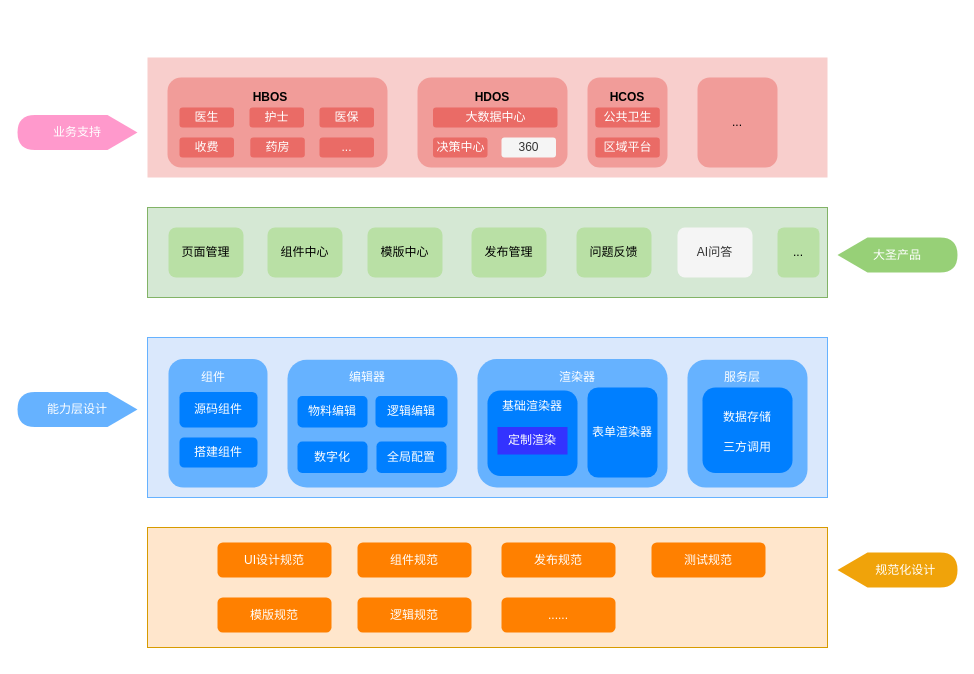
The draw.io diagram page "第 1 页" (1 of 2) of 未命名绘图.drawio in DavidsLiu/base_js_note, before the edit. Source tidied: cells renumbered, new cells numbered last; positions are measured from the earlier drawing's top-left corner, leaving out a move shared by most shapes. Both pictures are drawn from the tidied source at 100%, with x=0, y=0 at pixel (17, 57).
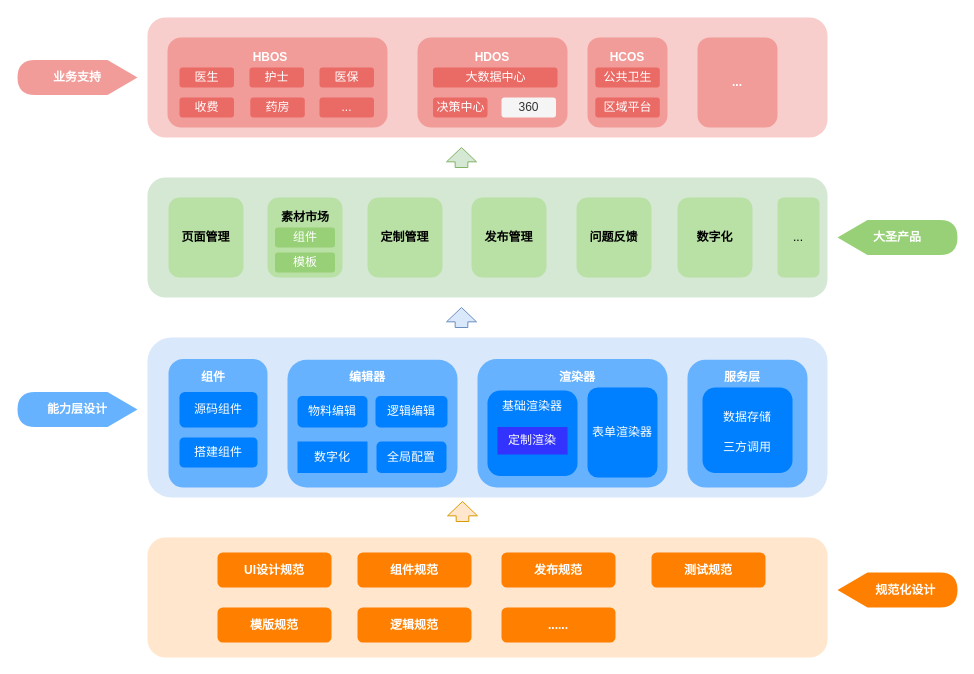
The same page after the edit.

Commit message (it also covers changes not shown here):
更新未命名绘图.drawio

Change to the diagram source:
```diff
@@
-    <mxCell id="2" value="&lt;h3&gt;&lt;br&gt;&lt;/h3&gt;" style="rounded=0;whiteSpace=wrap;html=1;fillColor=#FFE6CC;strokeColor=#d79b00;glass=0;" parent="1" vertex="1">
-      <mxGeometry x="130" y="470" width="680" height="120" as="geometry" />
+    <mxCell id="2" value="&lt;h3&gt;&lt;br&gt;&lt;/h3&gt;" style="rounded=1;whiteSpace=wrap;html=1;fillColor=#FFE6CC;strokeColor=none;glass=0;" parent="1" vertex="1">
+      <mxGeometry x="130" y="480" width="680" height="120" as="geometry" />
     </mxCell>
-    <mxCell id="3" value="&lt;font color=&quot;#ffffff&quot;&gt;&amp;nbsp; &amp;nbsp; &amp;nbsp;规范化设计&lt;/font&gt;" style="shape=display;whiteSpace=wrap;html=1;fillColor=#f0a30a;strokeColor=none;fontColor=#000000;" parent="1" vertex="1">
-      <mxGeometry x="820" y="495" width="120" height="35" as="geometry" />
+    <mxCell id="3" value="&lt;font color=&quot;#ffffff&quot;&gt;&lt;b&gt;&amp;nbsp; &amp;nbsp; &amp;nbsp;规范化设计&lt;/b&gt;&lt;/font&gt;" style="shape=display;whiteSpace=wrap;html=1;fillColor=#FF8000;strokeColor=none;fontColor=#000000;" parent="1" vertex="1">
+      <mxGeometry x="820" y="515" width="120" height="35" as="geometry" />
     </mxCell>
-    <mxCell id="4" style="rounded=0;whiteSpace=wrap;html=1;shadow=0;rotation=0;glass=0;fillColor=#dae8fc;strokeColor=#66B2FF;" parent="1" vertex="1">
+    <mxCell id="4" style="rounded=1;whiteSpace=wrap;html=1;shadow=0;rotation=0;glass=0;fillColor=#dae8fc;strokeColor=none;" parent="1" vertex="1">
       <mxGeometry x="130" y="280" width="680" height="160" as="geometry" />
     </mxCell>
-    <mxCell id="5" value="&lt;font color=&quot;#ffffff&quot;&gt;能力层设计&lt;/font&gt;" style="shape=display;whiteSpace=wrap;html=1;fillColor=#66B2FF;strokeColor=none;direction=west;" parent="1" vertex="1">
+    <mxCell id="5" value="&lt;font color=&quot;#ffffff&quot;&gt;&lt;b&gt;能力层设计&lt;/b&gt;&lt;/font&gt;" style="shape=display;whiteSpace=wrap;html=1;fillColor=#66B2FF;strokeColor=none;direction=west;" parent="1" vertex="1">
       <mxGeometry y="334.5" width="120" height="35" as="geometry" />
     </mxCell>
@@
-    <mxCell id="7" value="&lt;span style=&quot;color: rgb(255, 255, 255);&quot;&gt;组件&lt;/span&gt;" style="rounded=0;whiteSpace=wrap;html=1;strokeColor=none;fillColor=none;" parent="1" vertex="1">
+    <mxCell id="7" value="&lt;span style=&quot;color: rgb(255, 255, 255);&quot;&gt;&lt;b&gt;组件&lt;/b&gt;&lt;/span&gt;" style="rounded=0;whiteSpace=wrap;html=1;strokeColor=none;fillColor=none;" parent="1" vertex="1">
       <mxGeometry x="156" y="310" width="80" height="20" as="geometry" />
     </mxCell>
@@
-    <mxCell id="11" value="&lt;font color=&quot;#ffffff&quot;&gt;编辑器&lt;/font&gt;" style="rounded=0;whiteSpace=wrap;html=1;strokeColor=none;fillColor=none;" parent="1" vertex="1">
+    <mxCell id="11" value="&lt;font color=&quot;#ffffff&quot;&gt;&lt;b&gt;编辑器&lt;/b&gt;&lt;/font&gt;" style="rounded=0;whiteSpace=wrap;html=1;strokeColor=none;fillColor=none;" parent="1" vertex="1">
       <mxGeometry x="310" y="310" width="80" height="20" as="geometry" />
     </mxCell>
@@
-    <mxCell id="13" value="&lt;font color=&quot;#ffffff&quot;&gt;渲染器&lt;/font&gt;" style="rounded=0;whiteSpace=wrap;html=1;strokeColor=none;fillColor=none;" parent="1" vertex="1">
+    <mxCell id="13" value="&lt;font color=&quot;#ffffff&quot;&gt;&lt;b&gt;渲染器&lt;/b&gt;&lt;/font&gt;" style="rounded=0;whiteSpace=wrap;html=1;strokeColor=none;fillColor=none;" parent="1" vertex="1">
       <mxGeometry x="520" y="310" width="80" height="20" as="geometry" />
     </mxCell>
@@
-    <mxCell id="15" value="&lt;font color=&quot;#ffffff&quot;&gt;服务层&lt;/font&gt;" style="rounded=0;whiteSpace=wrap;html=1;strokeColor=none;fillColor=none;" parent="1" vertex="1">
+    <mxCell id="15" value="&lt;font color=&quot;#ffffff&quot;&gt;服务层&lt;/font&gt;" style="rounded=0;whiteSpace=wrap;html=1;strokeColor=none;fillColor=none;fontStyle=1;" parent="1" vertex="1">
       <mxGeometry x="685" y="310" width="80" height="20" as="geometry" />
     </mxCell>
-    <mxCell id="16" style="rounded=0;whiteSpace=wrap;html=1;shadow=0;rotation=0;glass=0;fillColor=#d5e8d4;strokeColor=#82b366;" parent="1" vertex="1">
-      <mxGeometry x="130" y="150" width="680" height="90" as="geometry" />
+    <mxCell id="16" style="rounded=1;whiteSpace=wrap;html=1;shadow=0;rotation=0;glass=0;fillColor=#d5e8d4;strokeColor=none;" parent="1" vertex="1">
+      <mxGeometry x="130" y="120" width="680" height="120" as="geometry" />
     </mxCell>
-    <mxCell id="17" value="&lt;font color=&quot;#ffffff&quot;&gt;大圣产品&lt;/font&gt;" style="shape=display;whiteSpace=wrap;html=1;fillColor=#97D077;strokeColor=none;" parent="1" vertex="1">
-      <mxGeometry x="820" y="180" width="120" height="35" as="geometry" />
+    <mxCell id="17" value="&lt;font color=&quot;#ffffff&quot;&gt;&lt;b&gt;大圣产品&lt;/b&gt;&lt;/font&gt;" style="shape=display;whiteSpace=wrap;html=1;fillColor=#97D077;strokeColor=none;" parent="1" vertex="1">
+      <mxGeometry x="820" y="162.5" width="120" height="35" as="geometry" />
     </mxCell>
-    <mxCell id="18" style="rounded=0;whiteSpace=wrap;html=1;shadow=0;rotation=0;glass=0;fillColor=#f8cecc;strokeColor=none;" parent="1" vertex="1">
-      <mxGeometry x="130" width="680" height="120" as="geometry" />
+    <mxCell id="18" style="rounded=1;whiteSpace=wrap;html=1;shadow=0;rotation=0;glass=0;fillColor=#f8cecc;strokeColor=none;" parent="1" vertex="1">
+      <mxGeometry x="130" y="-40" width="680" height="120" as="geometry" />
     </mxCell>
-    <mxCell id="19" value="&lt;font color=&quot;#ffffff&quot;&gt;业务支持&lt;/font&gt;" style="shape=display;whiteSpace=wrap;html=1;fillColor=#FF99CC;strokeColor=none;direction=west;" parent="1" vertex="1">
-      <mxGeometry y="57.5" width="120" height="35" as="geometry" />
+    <mxCell id="19" value="&lt;font color=&quot;#ffffff&quot;&gt;&lt;b&gt;业务支持&lt;/b&gt;&lt;/font&gt;" style="shape=display;whiteSpace=wrap;html=1;fillColor=#F19C99;strokeColor=none;direction=west;" parent="1" vertex="1">
+      <mxGeometry y="2.5" width="120" height="35" as="geometry" />
     </mxCell>
-    <mxCell id="20" value="UI设计规范" style="rounded=1;whiteSpace=wrap;html=1;fillColor=#FF8000;strokeColor=none;fontColor=#FFFFFF;" parent="1" vertex="1">
-      <mxGeometry x="200" y="485" width="114" height="35" as="geometry" />
+    <mxCell id="20" value="&lt;b&gt;UI设计规范&lt;/b&gt;" style="rounded=1;whiteSpace=wrap;html=1;fillColor=#FF8000;strokeColor=none;fontColor=#FFFFFF;" parent="1" vertex="1">
+      <mxGeometry x="200" y="495" width="114" height="35" as="geometry" />
     </mxCell>
-    <mxCell id="21" value="组件规范" style="rounded=1;whiteSpace=wrap;html=1;fillColor=#FF8000;strokeColor=none;fontColor=#FFFFFF;" parent="1" vertex="1">
-      <mxGeometry x="340" y="485" width="114" height="35" as="geometry" />
+    <mxCell id="21" value="&lt;b&gt;组件规范&lt;/b&gt;" style="rounded=1;whiteSpace=wrap;html=1;fillColor=#FF8000;strokeColor=none;fontColor=#FFFFFF;" parent="1" vertex="1">
+      <mxGeometry x="340" y="495" width="114" height="35" as="geometry" />
     </mxCell>
-    <mxCell id="22" value="发布规范" style="rounded=1;whiteSpace=wrap;html=1;fillColor=#FF8000;strokeColor=none;fontColor=#FFFFFF;" parent="1" vertex="1">
-      <mxGeometry x="484" y="485" width="114" height="35" as="geometry" />
+    <mxCell id="22" value="&lt;b&gt;发布规范&lt;/b&gt;" style="rounded=1;whiteSpace=wrap;html=1;fillColor=#FF8000;strokeColor=none;fontColor=#FFFFFF;" parent="1" vertex="1">
+      <mxGeometry x="484" y="495" width="114" height="35" as="geometry" />
     </mxCell>
-    <mxCell id="23" value="测试规范" style="rounded=1;whiteSpace=wrap;html=1;fillColor=#FF8000;strokeColor=none;fontColor=#FFFFFF;" parent="1" vertex="1">
-      <mxGeometry x="634" y="485" width="114" height="35" as="geometry" />
+    <mxCell id="23" value="&lt;b&gt;测试规范&lt;/b&gt;" style="rounded=1;whiteSpace=wrap;html=1;fillColor=#FF8000;strokeColor=none;fontColor=#FFFFFF;" parent="1" vertex="1">
+      <mxGeometry x="634" y="495" width="114" height="35" as="geometry" />
     </mxCell>
-    <mxCell id="24" value="模版规范" style="rounded=1;whiteSpace=wrap;html=1;fillColor=#FF8000;strokeColor=none;fontColor=#FFFFFF;" parent="1" vertex="1">
-      <mxGeometry x="200" y="540" width="114" height="35" as="geometry" />
+    <mxCell id="24" value="&lt;b&gt;模版规范&lt;/b&gt;" style="rounded=1;whiteSpace=wrap;html=1;fillColor=#FF8000;strokeColor=none;fontColor=#FFFFFF;" parent="1" vertex="1">
+      <mxGeometry x="200" y="550" width="114" height="35" as="geometry" />
     </mxCell>
-    <mxCell id="25" value="逻辑规范" style="rounded=1;whiteSpace=wrap;html=1;fillColor=#FF8000;strokeColor=none;fontColor=#FFFFFF;" parent="1" vertex="1">
-      <mxGeometry x="340" y="540" width="114" height="35" as="geometry" />
+    <mxCell id="25" value="&lt;b&gt;逻辑规范&lt;/b&gt;" style="rounded=1;whiteSpace=wrap;html=1;fillColor=#FF8000;strokeColor=none;fontColor=#FFFFFF;" parent="1" vertex="1">
+      <mxGeometry x="340" y="550" width="114" height="35" as="geometry" />
     </mxCell>
-    <mxCell id="26" value="......" style="rounded=1;whiteSpace=wrap;html=1;fillColor=#FF8000;strokeColor=none;fontColor=#FFFFFF;" parent="1" vertex="1">
-      <mxGeometry x="484" y="540" width="114" height="35" as="geometry" />
+    <mxCell id="26" value="&lt;b&gt;......&lt;/b&gt;" style="rounded=1;whiteSpace=wrap;html=1;fillColor=#FF8000;strokeColor=none;fontColor=#FFFFFF;" parent="1" vertex="1">
+      <mxGeometry x="484" y="550" width="114" height="35" as="geometry" />
     </mxCell>
@@
-    <mxCell id="36" value="&lt;font color=&quot;#ffffff&quot;&gt;数字化&lt;/font&gt;" style="rounded=1;whiteSpace=wrap;html=1;strokeColor=none;fillColor=#007FFF;" parent="1" vertex="1">
+    <mxCell id="36" value="&lt;font color=&quot;#ffffff&quot;&gt;数字化&lt;/font&gt;" style="rounded=1;whiteSpace=wrap;html=1;strokeColor=none;fillColor=#007FFF;arcSize=0;" parent="1" vertex="1">
       <mxGeometry x="280" y="384" width="70" height="31.5" as="geometry" />
     </mxCell>
@@
-    <mxCell id="38" value="页面管理" style="rounded=1;whiteSpace=wrap;html=1;fillColor=#B9E0A5;strokeColor=none;" parent="1" vertex="1">
-      <mxGeometry x="151" y="170" width="75" height="50" as="geometry" />
+    <mxCell id="38" value="&lt;b&gt;页面管理&lt;/b&gt;" style="rounded=1;whiteSpace=wrap;html=1;fillColor=#B9E0A5;strokeColor=none;" parent="1" vertex="1">
+      <mxGeometry x="151" y="140" width="75" height="80" as="geometry" />
     </mxCell>
-    <mxCell id="39" value="&lt;span style=&quot;color: rgb(0, 0, 0);&quot;&gt;模版中心&lt;/span&gt;" style="rounded=1;whiteSpace=wrap;html=1;strokeColor=none;fillColor=#B9E0A5;fontColor=#FFFFFF;" parent="1" vertex="1">
-      <mxGeometry x="350" y="170" width="75" height="50" as="geometry" />
+    <mxCell id="39" value="&lt;font color=&quot;#000000&quot;&gt;&lt;b&gt;定制管理&lt;/b&gt;&lt;/font&gt;" style="rounded=1;whiteSpace=wrap;html=1;strokeColor=none;fillColor=#B9E0A5;fontColor=#FFFFFF;" parent="1" vertex="1">
+      <mxGeometry x="350" y="140" width="75" height="80" as="geometry" />
     </mxCell>
-    <mxCell id="40" value="发布管理" style="rounded=1;whiteSpace=wrap;html=1;strokeColor=none;fillColor=#B9E0A5;" parent="1" vertex="1">
-      <mxGeometry x="454" y="170" width="75" height="50" as="geometry" />
+    <mxCell id="40" value="&lt;b&gt;发布管理&lt;/b&gt;" style="rounded=1;whiteSpace=wrap;html=1;strokeColor=none;fillColor=#B9E0A5;" parent="1" vertex="1">
+      <mxGeometry x="454" y="140" width="75" height="80" as="geometry" />
     </mxCell>
-    <mxCell id="41" value="问题反馈" style="rounded=1;whiteSpace=wrap;html=1;fillColor=#B9E0A5;strokeColor=none;" parent="1" vertex="1">
-      <mxGeometry x="559" y="170" width="75" height="50" as="geometry" />
+    <mxCell id="41" value="&lt;b&gt;问题反馈&lt;/b&gt;" style="rounded=1;whiteSpace=wrap;html=1;fillColor=#B9E0A5;strokeColor=none;" parent="1" vertex="1">
+      <mxGeometry x="559" y="140" width="75" height="80" as="geometry" />
     </mxCell>
-    <mxCell id="42" value="AI问答" style="rounded=1;whiteSpace=wrap;html=1;fillColor=#f5f5f5;strokeColor=none;fontColor=#333333;" parent="1" vertex="1">
-      <mxGeometry x="660" y="170" width="75" height="50" as="geometry" />
+    <mxCell id="42" value="&lt;b&gt;数字化&lt;/b&gt;" style="rounded=1;whiteSpace=wrap;html=1;fillColor=#B9E0A5;strokeColor=none;" parent="1" vertex="1">
+      <mxGeometry x="660" y="140" width="75" height="80" as="geometry" />
     </mxCell>
-    <mxCell id="43" value="组件中心" style="rounded=1;whiteSpace=wrap;html=1;fillColor=#B9E0A5;strokeColor=none;" parent="1" vertex="1">
-      <mxGeometry x="250" y="170" width="75" height="50" as="geometry" />
+    <mxCell id="43" style="rounded=1;whiteSpace=wrap;html=1;fillColor=#B9E0A5;strokeColor=none;" parent="1" vertex="1">
+      <mxGeometry x="250" y="140" width="75" height="80" as="geometry" />
     </mxCell>
     <mxCell id="44" value="..." style="rounded=1;whiteSpace=wrap;html=1;fillColor=#B9E0A5;strokeColor=none;" parent="1" vertex="1">
-      <mxGeometry x="760" y="170" width="42" height="50" as="geometry" />
+      <mxGeometry x="760" y="140" width="42" height="80" as="geometry" />
     </mxCell>
     <mxCell id="45" style="rounded=1;whiteSpace=wrap;html=1;fillColor=#F19C99;strokeColor=none;" parent="1" vertex="1">
-      <mxGeometry x="150" y="20" width="220" height="90" as="geometry" />
+      <mxGeometry x="150" y="-20" width="220" height="90" as="geometry" />
     </mxCell>
-    <mxCell id="46" value="HBOS" style="rounded=1;whiteSpace=wrap;html=1;strokeColor=none;fillColor=none;fontStyle=1;" parent="1" vertex="1">
-      <mxGeometry x="196" y="30" width="114" height="20" as="geometry" />
+    <mxCell id="46" value="&lt;font color=&quot;#ffffff&quot;&gt;HBOS&lt;/font&gt;" style="rounded=1;whiteSpace=wrap;html=1;strokeColor=none;fillColor=none;fontStyle=1;" parent="1" vertex="1">
+      <mxGeometry x="196" y="-10" width="114" height="20" as="geometry" />
     </mxCell>
     <mxCell id="47" value="&lt;font color=&quot;#ffffff&quot;&gt;医生&lt;/font&gt;" style="rounded=1;whiteSpace=wrap;html=1;strokeColor=none;fillColor=#EA6B66;" parent="1" vertex="1">
-      <mxGeometry x="162" y="50" width="54.5" height="20" as="geometry" />
+      <mxGeometry x="162" y="10" width="54.5" height="20" as="geometry" />
     </mxCell>
     <mxCell id="48" value="&lt;font color=&quot;#ffffff&quot;&gt;护士&lt;/font&gt;" style="rounded=1;whiteSpace=wrap;html=1;strokeColor=none;fillColor=#EA6B66;" parent="1" vertex="1">
-      <mxGeometry x="232" y="50" width="54.5" height="20" as="geometry" />
+      <mxGeometry x="232" y="10" width="54.5" height="20" as="geometry" />
     </mxCell>
     <mxCell id="49" value="医保" style="rounded=1;whiteSpace=wrap;html=1;strokeColor=none;fillColor=#EA6B66;fontColor=#FFFFFF;" parent="1" vertex="1">
-      <mxGeometry x="302" y="50" width="54.5" height="20" as="geometry" />
+      <mxGeometry x="302" y="10" width="54.5" height="20" as="geometry" />
     </mxCell>
     <mxCell id="50" value="&lt;font color=&quot;#ffffff&quot;&gt;收费&lt;/font&gt;" style="rounded=1;whiteSpace=wrap;html=1;strokeColor=none;fillColor=#EA6B66;" parent="1" vertex="1">
-      <mxGeometry x="162" y="80" width="54.5" height="20" as="geometry" />
+      <mxGeometry x="162" y="40" width="54.5" height="20" as="geometry" />
     </mxCell>
     <mxCell id="51" value="&lt;font color=&quot;#ffffff&quot;&gt;药房&lt;/font&gt;" style="rounded=1;whiteSpace=wrap;html=1;strokeColor=none;fillColor=#EA6B66;" parent="1" vertex="1">
-      <mxGeometry x="232.8" y="80" width="54.5" height="20" as="geometry" />
+      <mxGeometry x="232.8" y="40" width="54.5" height="20" as="geometry" />
     </mxCell>
     <mxCell id="52" value="&lt;font color=&quot;#ffffff&quot;&gt;...&lt;/font&gt;" style="rounded=1;whiteSpace=wrap;html=1;strokeColor=none;fillColor=#EA6B66;" parent="1" vertex="1">
-      <mxGeometry x="302" y="80" width="54.5" height="20" as="geometry" />
+      <mxGeometry x="302" y="40" width="54.5" height="20" as="geometry" />
     </mxCell>
     <mxCell id="53" style="rounded=1;whiteSpace=wrap;html=1;fillColor=#F19C99;strokeColor=none;" parent="1" vertex="1">
-      <mxGeometry x="400" y="20" width="150" height="90" as="geometry" />
+      <mxGeometry x="400" y="-20" width="150" height="90" as="geometry" />
     </mxCell>
-    <mxCell id="54" value="HDOS" style="rounded=1;whiteSpace=wrap;html=1;strokeColor=none;fillColor=none;fontStyle=1;" parent="1" vertex="1">
-      <mxGeometry x="445" y="30" width="60" height="20" as="geometry" />
+    <mxCell id="54" value="&lt;font color=&quot;#ffffff&quot;&gt;HDOS&lt;/font&gt;" style="rounded=1;whiteSpace=wrap;html=1;strokeColor=none;fillColor=none;fontStyle=1;" parent="1" vertex="1">
+      <mxGeometry x="445" y="-10" width="60" height="20" as="geometry" />
     </mxCell>
     <mxCell id="55" value="大数据中心" style="rounded=1;whiteSpace=wrap;html=1;strokeColor=none;fillColor=#EA6B66;fontColor=#FFFFFF;" parent="1" vertex="1">
-      <mxGeometry x="415.5" y="50" width="124.5" height="20" as="geometry" />
+      <mxGeometry x="415.5" y="10" width="124.5" height="20" as="geometry" />
     </mxCell>
     <mxCell id="56" value="决策中心" style="rounded=1;whiteSpace=wrap;html=1;strokeColor=none;fillColor=#EA6B66;fontColor=#FFFFFF;" parent="1" vertex="1">
-      <mxGeometry x="415.5" y="80" width="54.5" height="20" as="geometry" />
+      <mxGeometry x="415.5" y="40" width="54.5" height="20" as="geometry" />
     </mxCell>
     <mxCell id="57" value="360" style="rounded=1;whiteSpace=wrap;html=1;strokeColor=none;fillColor=#f5f5f5;fontColor=#333333;" parent="1" vertex="1">
-      <mxGeometry x="484" y="80" width="54.5" height="20" as="geometry" />
+      <mxGeometry x="484" y="40" width="54.5" height="20" as="geometry" />
     </mxCell>
     <mxCell id="58" style="rounded=1;whiteSpace=wrap;html=1;fillColor=#F19C99;strokeColor=none;" parent="1" vertex="1">
-      <mxGeometry x="570" y="20" width="80" height="90" as="geometry" />
+      <mxGeometry x="570" y="-20" width="80" height="90" as="geometry" />
     </mxCell>
-    <mxCell id="59" value="HCOS" style="rounded=1;whiteSpace=wrap;html=1;strokeColor=none;fillColor=none;fontStyle=1;" parent="1" vertex="1">
-      <mxGeometry x="580" y="30" width="60" height="20" as="geometry" />
+    <mxCell id="59" value="&lt;font color=&quot;#ffffff&quot;&gt;HCOS&lt;/font&gt;" style="rounded=1;whiteSpace=wrap;html=1;strokeColor=none;fillColor=none;fontStyle=1;" parent="1" vertex="1">
+      <mxGeometry x="580" y="-10" width="60" height="20" as="geometry" />
     </mxCell>
     <mxCell id="60" value="公共卫生" style="rounded=1;whiteSpace=wrap;html=1;strokeColor=none;fillColor=#EA6B66;fontColor=#FFFFFF;" parent="1" vertex="1">
-      <mxGeometry x="577.8" y="50" width="64.5" height="20" as="geometry" />
+      <mxGeometry x="577.8" y="10" width="64.5" height="20" as="geometry" />
     </mxCell>
     <mxCell id="61" value="区域平台" style="rounded=1;whiteSpace=wrap;html=1;strokeColor=none;fillColor=#EA6B66;fontColor=#FFFFFF;" parent="1" vertex="1">
-      <mxGeometry x="577.8" y="80" width="64.5" height="20" as="geometry" />
+      <mxGeometry x="577.8" y="40" width="64.5" height="20" as="geometry" />
     </mxCell>
-    <mxCell id="62" value="..." style="rounded=1;whiteSpace=wrap;html=1;fillColor=#F19C99;strokeColor=none;" parent="1" vertex="1">
-      <mxGeometry x="680" y="20" width="80" height="90" as="geometry" />
+    <mxCell id="62" value="&lt;font color=&quot;#ffffff&quot;&gt;&lt;b&gt;...&lt;/b&gt;&lt;/font&gt;" style="rounded=1;whiteSpace=wrap;html=1;fillColor=#F19C99;strokeColor=none;" parent="1" vertex="1">
+      <mxGeometry x="680" y="-20" width="80" height="90" as="geometry" />
     </mxCell>
+    <mxCell id="63" value="素材市场" style="rounded=1;whiteSpace=wrap;html=1;strokeColor=none;fillColor=none;fontStyle=1;" parent="1" vertex="1">
+      <mxGeometry x="257.5" y="150" width="60" height="20" as="geometry" />
+    </mxCell>
+    <mxCell id="64" value="&lt;font color=&quot;#ffffff&quot;&gt;组件&lt;/font&gt;" style="rounded=1;whiteSpace=wrap;html=1;strokeColor=none;fillColor=#97D077;" parent="1" vertex="1">
+      <mxGeometry x="257.5" y="170" width="60" height="20" as="geometry" />
+    </mxCell>
+    <mxCell id="65" value="&lt;font color=&quot;#ffffff&quot;&gt;模板&lt;/font&gt;" style="rounded=1;whiteSpace=wrap;html=1;strokeColor=none;fillColor=#97D077;" parent="1" vertex="1">
+      <mxGeometry x="257.5" y="195" width="60" height="20" as="geometry" />
+    </mxCell>
+    <mxCell id="66" style="shape=singleArrow;direction=north;whiteSpace=wrap;html=1;arrowWidth=0.42222222222222094;arrowSize=0.7166666666666714;fillColor=#ffe6cc;strokeColor=#d79b00;" parent="1" vertex="1">
+      <mxGeometry x="430" y="444" width="30" height="20" as="geometry" />
+    </mxCell>
+    <mxCell id="67" style="shape=singleArrow;direction=north;whiteSpace=wrap;html=1;arrowWidth=0.42222222222222094;arrowSize=0.7166666666666714;fillColor=#dae8fc;strokeColor=#6c8ebf;" parent="1" vertex="1">
+      <mxGeometry x="429" y="250" width="30" height="20" as="geometry" />
+    </mxCell>
+    <mxCell id="68" style="shape=singleArrow;direction=north;whiteSpace=wrap;html=1;arrowWidth=0.42222222222222094;arrowSize=0.7166666666666714;fillColor=#d5e8d4;strokeColor=#82b366;" parent="1" vertex="1">
+      <mxGeometry x="429" y="90" width="30" height="20" as="geometry" />
+    </mxCell>
```
